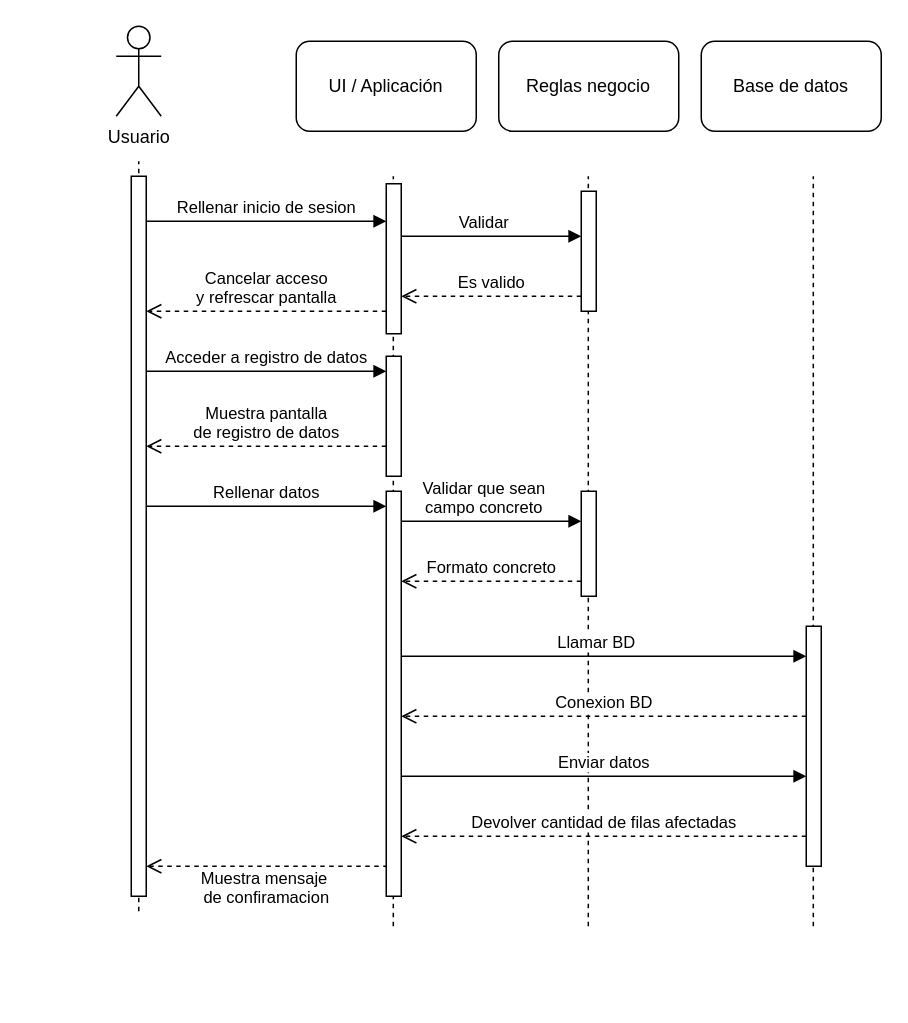
JVilluendas/Proyecto_jGYM keeps this draw.io diagram as Entornos/Diagrama_Secuencia_RegistroDeDatos.drawio. Above is the earlier version. Source tidied: cells renumbered, new cells numbered last; positions are measured from the earlier drawing's top-left corner, leaving out a move shared by most shapes. Both pictures are drawn from the tidied source at 150%, with x=0, y=0 at pixel (116, 26).
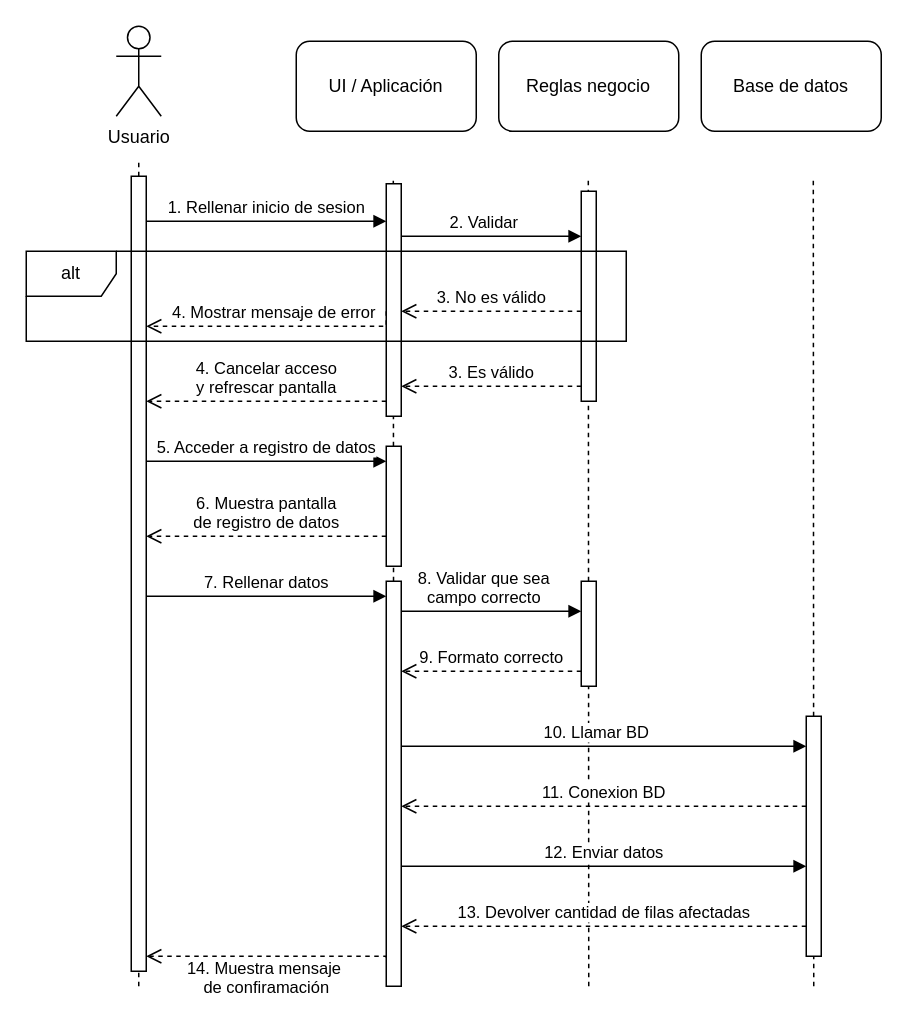
The same diagram, later.

Commit message (it also covers changes not shown here):
actualizacion final xfa

Diff of the diagram source:
```diff
@@
     <mxCell id="2" style="endArrow=none;dashed=1;html=1;rounded=0;" parent="1" edge="1">
       <mxGeometry relative="1" as="geometry">
-        <mxPoint x="464.7" y="600" as="sourcePoint" />
+        <mxPoint x="465" y="640" as="sourcePoint" />
         <mxPoint x="464.7" y="100" as="targetPoint" />
       </mxGeometry>
     </mxCell>
     <mxCell id="3" style="endArrow=none;dashed=1;html=1;rounded=0;" parent="1" edge="1">
       <mxGeometry relative="1" as="geometry">
-        <mxPoint x="314.7" y="600" as="sourcePoint" />
+        <mxPoint x="315" y="640" as="sourcePoint" />
         <mxPoint x="314.7" y="100" as="targetPoint" />
       </mxGeometry>
     </mxCell>
     <mxCell id="4" style="endArrow=none;dashed=1;html=1;rounded=0;" parent="1" edge="1">
       <mxGeometry relative="1" as="geometry">
-        <mxPoint x="184.7" y="600" as="sourcePoint" />
+        <mxPoint x="185" y="640" as="sourcePoint" />
         <mxPoint x="184.7" y="100" as="targetPoint" />
       </mxGeometry>
     </mxCell>
     <mxCell id="5" style="endArrow=none;dashed=1;html=1;rounded=0;" parent="1" edge="1">
       <mxGeometry relative="1" as="geometry">
-        <mxPoint x="15" y="590" as="sourcePoint" />
+        <mxPoint x="15" y="640" as="sourcePoint" />
         <mxPoint x="15" y="90" as="targetPoint" />
       </mxGeometry>
     </mxCell>
     <mxCell id="6" style="html=1;points=[[0,0,0,0,5],[0,1,0,0,-5],[1,0,0,0,5],[1,1,0,0,-5]];perimeter=orthogonalPerimeter;outlineConnect=0;targetShapes=umlLifeline;portConstraint=eastwest;newEdgeStyle={&quot;curved&quot;:0,&quot;rounded&quot;:0};" parent="1" vertex="1">
-      <mxGeometry x="10" y="100" width="10" height="480" as="geometry" />
+      <mxGeometry x="10" y="100" width="10" height="530" as="geometry" />
     </mxCell>
-    <mxCell id="7" value="Rellenar inicio de sesion" style="html=1;verticalAlign=bottom;endArrow=block;edgeStyle=elbowEdgeStyle;elbow=vertical;curved=0;rounded=0;" parent="1" edge="1">
+    <mxCell id="7" value="1. Rellenar inicio de sesion" style="html=1;verticalAlign=bottom;endArrow=block;edgeStyle=elbowEdgeStyle;elbow=vertical;curved=0;rounded=0;" parent="1" edge="1">
       <mxGeometry relative="1" as="geometry">
         <mxPoint x="20" y="130" as="sourcePoint" />
         <mxPoint x="180" y="130" as="targetPoint" />
         <Array as="points">
           <mxPoint x="100" y="130" />
         </Array>
       </mxGeometry>
     </mxCell>
-    <mxCell id="8" value="Cancelar acceso&lt;div&gt;y refrescar pantalla&lt;/div&gt;" style="html=1;verticalAlign=bottom;endArrow=open;dashed=1;endSize=8;edgeStyle=elbowEdgeStyle;elbow=vertical;curved=0;rounded=0;" parent="1" edge="1">
+    <mxCell id="8" value="4. Cancelar acceso&lt;div&gt;y refrescar pantalla&lt;/div&gt;" style="html=1;verticalAlign=bottom;endArrow=open;dashed=1;endSize=8;edgeStyle=elbowEdgeStyle;elbow=vertical;curved=0;rounded=0;" parent="1" edge="1">
       <mxGeometry relative="1" as="geometry">
-        <mxPoint x="180" y="190" as="sourcePoint" />
-        <mxPoint x="20" y="190" as="targetPoint" />
+        <mxPoint x="180" y="250" as="sourcePoint" />
+        <mxPoint x="20" y="250" as="targetPoint" />
         <Array as="points">
-          <mxPoint x="115" y="190" />
+          <mxPoint x="115" y="250" />
         </Array>
       </mxGeometry>
     </mxCell>
@@
-    <mxCell id="10" value="Es valido" style="html=1;verticalAlign=bottom;endArrow=open;dashed=1;endSize=8;edgeStyle=elbowEdgeStyle;elbow=vertical;curved=0;rounded=0;" parent="1" edge="1" source="12" target="21">
+    <mxCell id="10" value="3. Es válido" style="html=1;verticalAlign=bottom;endArrow=open;dashed=1;endSize=8;edgeStyle=elbowEdgeStyle;elbow=vertical;curved=0;rounded=0;" parent="1" edge="1">
       <mxGeometry relative="1" as="geometry">
+        <mxPoint x="310" y="240" as="sourcePoint" />
+        <mxPoint x="190" y="240" as="targetPoint" />
         <Array as="points">
-          <mxPoint x="275" y="180" />
+          <mxPoint x="275" y="240" />
         </Array>
       </mxGeometry>
     </mxCell>
-    <mxCell id="11" value="Validar" style="html=1;verticalAlign=bottom;endArrow=block;edgeStyle=elbowEdgeStyle;elbow=vertical;curved=0;rounded=0;" parent="1" edge="1" target="12">
+    <mxCell id="11" value="2. Validar" style="html=1;verticalAlign=bottom;endArrow=block;edgeStyle=elbowEdgeStyle;elbow=vertical;curved=0;rounded=0;" parent="1" edge="1" target="12">
       <mxGeometry relative="1" as="geometry">
         <mxPoint x="180" y="140" as="sourcePoint" />
         <Array as="points">
           <mxPoint x="260" y="140" />
         </Array>
       </mxGeometry>
     </mxCell>
     <mxCell id="12" style="html=1;points=[[0,0,0,0,5],[0,1,0,0,-5],[1,0,0,0,5],[1,1,0,0,-5]];perimeter=orthogonalPerimeter;outlineConnect=0;targetShapes=umlLifeline;portConstraint=eastwest;newEdgeStyle={&quot;curved&quot;:0,&quot;rounded&quot;:0};" parent="1" vertex="1">
-      <mxGeometry x="310" y="110" width="10" height="80" as="geometry" />
+      <mxGeometry x="310" y="110" width="10" height="140" as="geometry" />
     </mxCell>
-    <mxCell id="13" value="Acceder a registro de datos" style="html=1;verticalAlign=bottom;endArrow=block;edgeStyle=elbowEdgeStyle;elbow=vertical;curved=0;rounded=0;" parent="1" edge="1">
+    <mxCell id="13" value="5. Acceder a registro de datos" style="html=1;verticalAlign=bottom;endArrow=block;edgeStyle=elbowEdgeStyle;elbow=vertical;curved=0;rounded=0;" parent="1" edge="1">
       <mxGeometry relative="1" as="geometry">
-        <mxPoint x="20" y="230" as="sourcePoint" />
-        <mxPoint x="180" y="230" as="targetPoint" />
+        <mxPoint x="20" y="290" as="sourcePoint" />
+        <mxPoint x="180" y="290" as="targetPoint" />
         <Array as="points">
-          <mxPoint x="100" y="230" />
+          <mxPoint x="100" y="290" />
         </Array>
       </mxGeometry>
     </mxCell>
-    <mxCell id="14" value="Muestra pantalla&lt;div&gt;de registro de datos&lt;/div&gt;" style="html=1;verticalAlign=bottom;endArrow=open;dashed=1;endSize=8;edgeStyle=elbowEdgeStyle;elbow=vertical;curved=0;rounded=0;" parent="1" edge="1">
+    <mxCell id="14" value="6. Muestra pantalla&lt;div&gt;de registro de datos&lt;/div&gt;" style="html=1;verticalAlign=bottom;endArrow=open;dashed=1;endSize=8;edgeStyle=elbowEdgeStyle;elbow=vertical;curved=0;rounded=0;" parent="1" edge="1">
       <mxGeometry relative="1" as="geometry">
-        <mxPoint x="180" y="280" as="sourcePoint" />
-        <mxPoint x="20" y="280" as="targetPoint" />
+        <mxPoint x="180" y="340" as="sourcePoint" />
+        <mxPoint x="20" y="340" as="targetPoint" />
         <Array as="points">
-          <mxPoint x="115" y="280" />
+          <mxPoint x="115" y="340" />
         </Array>
       </mxGeometry>
     </mxCell>
     <mxCell id="15" style="html=1;perimeter=orthogonalPerimeter;targetShapes=umlLifeline;newEdgeStyle={&quot;curved&quot;:0,&quot;rounded&quot;:0};" parent="1" vertex="1">
-      <mxGeometry x="310" y="310" width="10" height="70" as="geometry" />
+      <mxGeometry x="310" y="370" width="10" height="70" as="geometry" />
     </mxCell>
     <mxCell id="16" style="html=1;points=[[0,0,0,0,5],[0,1,0,0,-5],[1,0,0,0,5],[1,1,0,0,-5]];perimeter=orthogonalPerimeter;outlineConnect=0;targetShapes=umlLifeline;portConstraint=eastwest;newEdgeStyle={&quot;curved&quot;:0,&quot;rounded&quot;:0};" parent="1" vertex="1">
-      <mxGeometry x="460" y="400" width="10" height="160" as="geometry" />
+      <mxGeometry x="460" y="460" width="10" height="160" as="geometry" />
     </mxCell>
-    <mxCell id="17" value="Llamar BD" style="html=1;verticalAlign=bottom;endArrow=block;edgeStyle=elbowEdgeStyle;elbow=vertical;curved=0;rounded=0;" parent="1" edge="1" target="16">
+    <mxCell id="17" value="10. Llamar BD" style="html=1;verticalAlign=bottom;endArrow=block;edgeStyle=elbowEdgeStyle;elbow=vertical;curved=0;rounded=0;" parent="1" edge="1" target="16">
       <mxGeometry relative="1" as="geometry">
-        <mxPoint x="180" y="420" as="sourcePoint" />
+        <mxPoint x="180" y="480" as="sourcePoint" />
         <Array as="points">
-          <mxPoint x="265" y="420" />
+          <mxPoint x="265" y="480" />
         </Array>
       </mxGeometry>
     </mxCell>
-    <mxCell id="18" value="Enviar datos" style="html=1;verticalAlign=bottom;endArrow=block;edgeStyle=elbowEdgeStyle;elbow=vertical;curved=0;rounded=0;" parent="1" edge="1">
+    <mxCell id="18" value="12. Enviar datos" style="html=1;verticalAlign=bottom;endArrow=block;edgeStyle=elbowEdgeStyle;elbow=vertical;curved=0;rounded=0;" parent="1" edge="1">
       <mxGeometry relative="1" as="geometry">
-        <mxPoint x="190" y="500" as="sourcePoint" />
-        <mxPoint x="460" y="500" as="targetPoint" />
+        <mxPoint x="190" y="560" as="sourcePoint" />
+        <mxPoint x="460" y="560" as="targetPoint" />
         <Array as="points">
-          <mxPoint x="275" y="500" />
+          <mxPoint x="275" y="560" />
         </Array>
       </mxGeometry>
     </mxCell>
-    <mxCell id="19" value="Conexion BD" style="html=1;verticalAlign=bottom;endArrow=open;dashed=1;endSize=8;edgeStyle=elbowEdgeStyle;elbow=vertical;curved=0;rounded=0;" parent="1" edge="1">
+    <mxCell id="19" value="11. Conexion BD" style="html=1;verticalAlign=bottom;endArrow=open;dashed=1;endSize=8;edgeStyle=elbowEdgeStyle;elbow=vertical;curved=0;rounded=0;" parent="1" edge="1">
       <mxGeometry relative="1" as="geometry">
-        <mxPoint x="460" y="460" as="sourcePoint" />
-        <mxPoint x="190" y="460" as="targetPoint" />
+        <mxPoint x="460" y="520" as="sourcePoint" />
+        <mxPoint x="190" y="520" as="targetPoint" />
         <Array as="points">
-          <mxPoint x="395" y="460" />
+          <mxPoint x="395" y="520" />
         </Array>
       </mxGeometry>
     </mxCell>
-    <mxCell id="20" value="Devolver cantidad de filas afectadas" style="html=1;verticalAlign=bottom;endArrow=open;dashed=1;endSize=8;edgeStyle=elbowEdgeStyle;elbow=vertical;curved=0;rounded=0;" parent="1" edge="1" source="16">
+    <mxCell id="20" value="13. Devolver cantidad de filas afectadas" style="html=1;verticalAlign=bottom;endArrow=open;dashed=1;endSize=8;edgeStyle=elbowEdgeStyle;elbow=vertical;curved=0;rounded=0;" parent="1" edge="1" source="16">
       <mxGeometry relative="1" as="geometry">
-        <mxPoint x="190" y="540" as="targetPoint" />
+        <mxPoint x="190" y="600" as="targetPoint" />
         <Array as="points">
-          <mxPoint x="385" y="540" />
+          <mxPoint x="385" y="600" />
         </Array>
       </mxGeometry>
     </mxCell>
     <mxCell id="21" style="html=1;points=[[0,0,0,0,5],[0,1,0,0,-5],[1,0,0,0,5],[1,1,0,0,-5]];perimeter=orthogonalPerimeter;outlineConnect=0;targetShapes=umlLifeline;portConstraint=eastwest;newEdgeStyle={&quot;curved&quot;:0,&quot;rounded&quot;:0};" parent="1" vertex="1">
-      <mxGeometry x="180" y="105" width="10" height="100" as="geometry" />
+      <mxGeometry x="180" y="105" width="10" height="155" as="geometry" />
     </mxCell>
-    <mxCell id="22" value="Rellenar datos" style="html=1;verticalAlign=bottom;endArrow=block;edgeStyle=elbowEdgeStyle;elbow=vertical;curved=0;rounded=0;" parent="1" edge="1">
+    <mxCell id="22" value="7. Rellenar datos" style="html=1;verticalAlign=bottom;endArrow=block;edgeStyle=elbowEdgeStyle;elbow=vertical;curved=0;rounded=0;" parent="1" edge="1">
       <mxGeometry relative="1" as="geometry">
-        <mxPoint x="20" y="320" as="sourcePoint" />
-        <mxPoint x="180" y="320" as="targetPoint" />
+        <mxPoint x="20" y="380" as="sourcePoint" />
+        <mxPoint x="180" y="380" as="targetPoint" />
         <Array as="points">
-          <mxPoint x="100" y="320" />
+          <mxPoint x="100" y="380" />
         </Array>
       </mxGeometry>
     </mxCell>
-    <mxCell id="23" value="Validar que sean&lt;div&gt;campo concreto&lt;/div&gt;" style="html=1;verticalAlign=bottom;endArrow=block;edgeStyle=elbowEdgeStyle;elbow=vertical;curved=0;rounded=0;" parent="1" edge="1">
+    <mxCell id="23" value="8. Validar que sea&lt;div&gt;campo correcto&lt;/div&gt;" style="html=1;verticalAlign=bottom;endArrow=block;edgeStyle=elbowEdgeStyle;elbow=vertical;curved=0;rounded=0;" parent="1" edge="1">
       <mxGeometry relative="1" as="geometry">
-        <mxPoint x="180" y="330" as="sourcePoint" />
-        <mxPoint x="310" y="330" as="targetPoint" />
+        <mxPoint x="180" y="390" as="sourcePoint" />
+        <mxPoint x="310" y="390" as="targetPoint" />
         <Array as="points">
-          <mxPoint x="260" y="330" />
+          <mxPoint x="260" y="390" />
         </Array>
       </mxGeometry>
     </mxCell>
-    <mxCell id="24" value="Formato concreto" style="html=1;verticalAlign=bottom;endArrow=open;dashed=1;endSize=8;edgeStyle=elbowEdgeStyle;elbow=vertical;curved=0;rounded=0;" parent="1" edge="1" target="27">
+    <mxCell id="24" value="9. Formato correcto" style="html=1;verticalAlign=bottom;endArrow=open;dashed=1;endSize=8;edgeStyle=elbowEdgeStyle;elbow=vertical;curved=0;rounded=0;" parent="1" edge="1" target="27">
       <mxGeometry relative="1" as="geometry">
-        <mxPoint x="310" y="370" as="sourcePoint" />
+        <mxPoint x="310" y="430" as="sourcePoint" />
       </mxGeometry>
     </mxCell>
-    <mxCell id="25" value="Muestra mensaje&amp;nbsp;&lt;div&gt;de confiramacion&lt;/div&gt;" style="html=1;verticalAlign=bottom;endArrow=open;dashed=1;endSize=8;edgeStyle=elbowEdgeStyle;elbow=vertical;curved=0;rounded=0;" parent="1" edge="1">
+    <mxCell id="25" value="14. Muestra mensaje&amp;nbsp;&lt;div&gt;de confiramación&lt;/div&gt;" style="html=1;verticalAlign=bottom;endArrow=open;dashed=1;endSize=8;edgeStyle=elbowEdgeStyle;elbow=vertical;curved=0;rounded=0;" parent="1" edge="1">
       <mxGeometry x="0.01" y="30" relative="1" as="geometry">
-        <mxPoint x="180" y="561" as="sourcePoint" />
-        <mxPoint x="20" y="560" as="targetPoint" />
+        <mxPoint x="180" y="621" as="sourcePoint" />
+        <mxPoint x="20" y="620" as="targetPoint" />
         <Array as="points">
-          <mxPoint x="225" y="560" />
+          <mxPoint x="225" y="620" />
         </Array>
       </mxGeometry>
     </mxCell>
     <mxCell id="26" style="html=1;perimeter=orthogonalPerimeter;targetShapes=umlLifeline;newEdgeStyle={&quot;curved&quot;:0,&quot;rounded&quot;:0};" parent="1" vertex="1">
-      <mxGeometry x="180" y="220" width="10" height="80" as="geometry" />
+      <mxGeometry x="180" y="280" width="10" height="80" as="geometry" />
     </mxCell>
     <mxCell id="27" style="html=1;points=[[0,0,0,0,5],[0,1,0,0,-5],[1,0,0,0,5],[1,1,0,0,-5]];perimeter=orthogonalPerimeter;outlineConnect=0;targetShapes=umlLifeline;portConstraint=eastwest;newEdgeStyle={&quot;curved&quot;:0,&quot;rounded&quot;:0};" parent="1" vertex="1">
-      <mxGeometry x="180" y="310" width="10" height="270" as="geometry" />
+      <mxGeometry x="180" y="370" width="10" height="270" as="geometry" />
     </mxCell>
@@
+    <mxCell id="31" value="3. No es válido" style="html=1;verticalAlign=bottom;endArrow=open;dashed=1;endSize=8;edgeStyle=elbowEdgeStyle;elbow=vertical;curved=0;rounded=0;" parent="1" edge="1">
+      <mxGeometry relative="1" as="geometry">
+        <mxPoint x="310" y="190" as="sourcePoint" />
+        <mxPoint x="190" y="190" as="targetPoint" />
+        <Array as="points">
+          <mxPoint x="275" y="190" />
+        </Array>
+      </mxGeometry>
+    </mxCell>
+    <mxCell id="32" value="4. Mostrar mensaje de error" style="html=1;verticalAlign=bottom;endArrow=open;dashed=1;endSize=8;edgeStyle=elbowEdgeStyle;elbow=vertical;curved=0;rounded=0;" parent="1" edge="1" target="6">
+      <mxGeometry relative="1" as="geometry">
+        <mxPoint x="180" y="190" as="sourcePoint" />
+        <Array as="points">
+          <mxPoint x="170" y="200" />
+          <mxPoint x="145" y="190" />
+        </Array>
+      </mxGeometry>
+    </mxCell>
+    <mxCell id="33" value="alt" style="shape=umlFrame;whiteSpace=wrap;html=1;" parent="1" vertex="1">
+      <mxGeometry x="-60" y="150" width="400" height="60" as="geometry" />
+    </mxCell>
```
